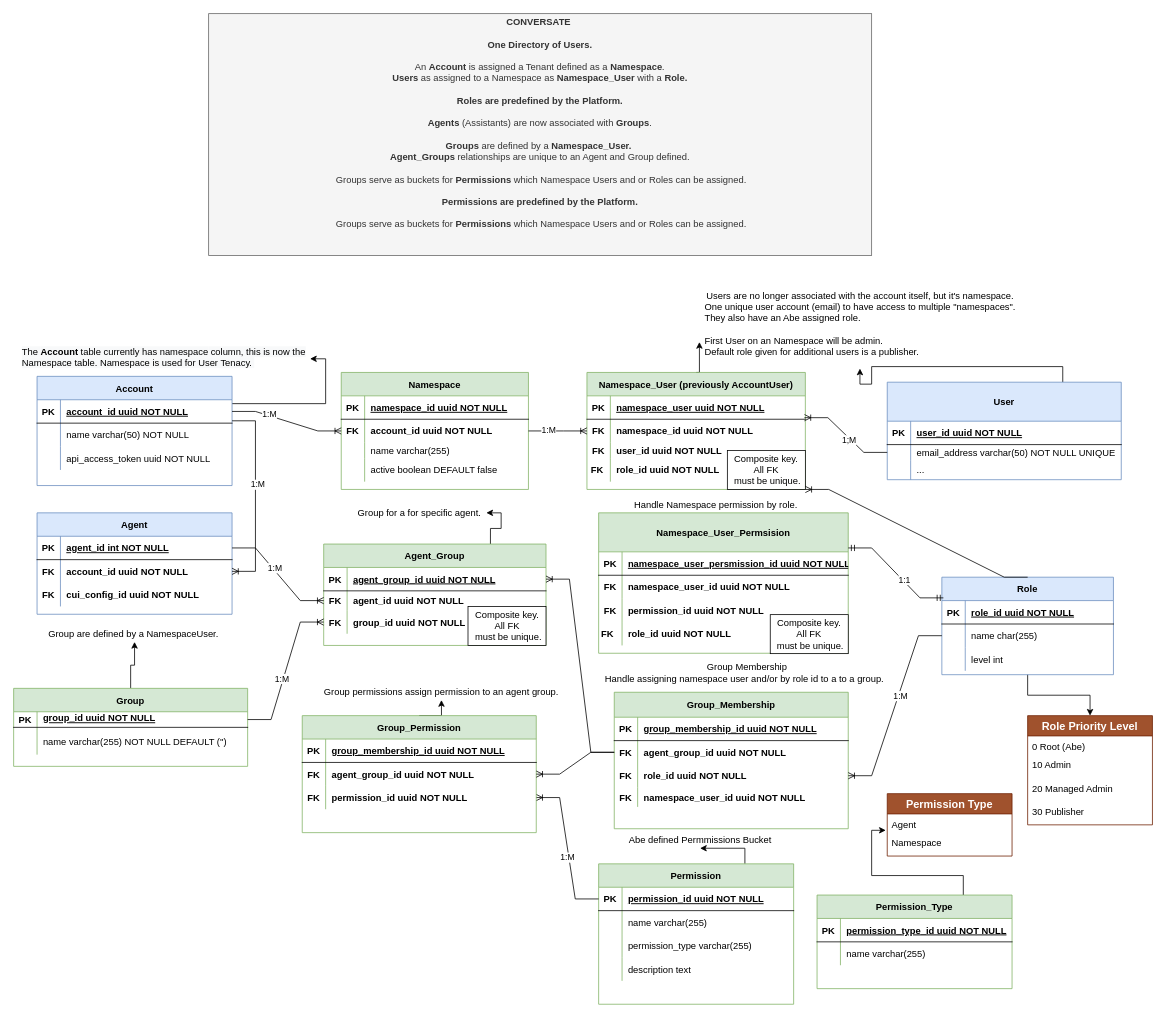
Above: page "Alpha Diagram" (3 of 4) of Untitled Diagram.drawio in toyabeai/diagrams (draw.io), before the change. Source tidied: cells renumbered, new cells numbered last; positions are measured from the earlier drawing's top-left corner, leaving out a move shared by most shapes. Both pictures are drawn from the tidied source at 78%, with x=0, y=0 at pixel (13, 13).
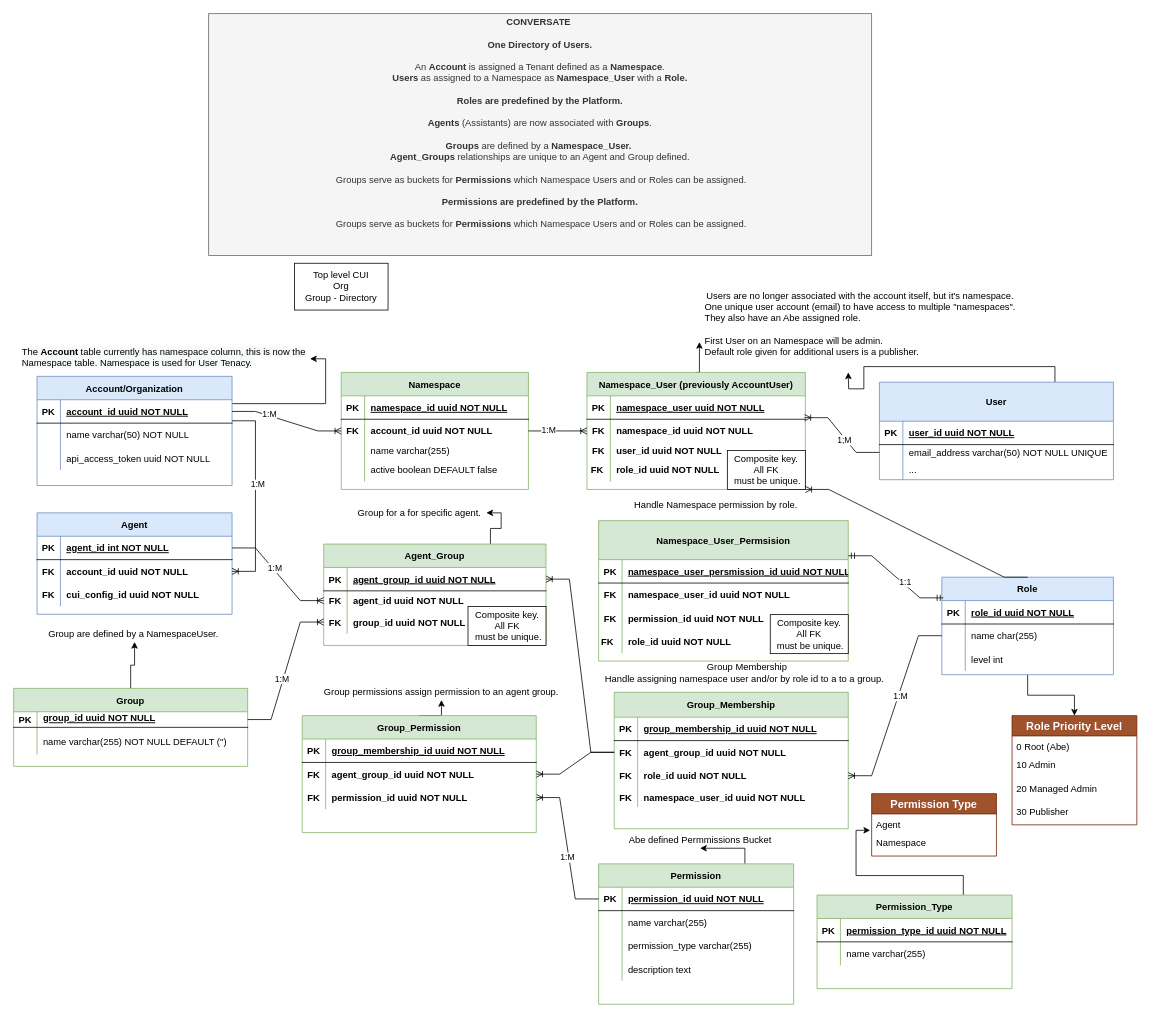
The same page after the edit.

The change refers to these unchanged cells:
```xml
<mxCell id="97" value="Users are no longer associated with the account itself, but it's namespace. &lt;br&gt;&lt;div style=&quot;text-align: left&quot;&gt;&lt;span&gt;One unique user account (email)&amp;nbsp;&lt;/span&gt;&lt;span&gt;to have access to multiple &quot;namespaces&quot;.&lt;/span&gt;&lt;/div&gt;&lt;div style=&quot;text-align: left&quot;&gt;&lt;span&gt;They also have an Abe assigned role.&lt;/span&gt;&lt;/div&gt;&lt;div style=&quot;text-align: left&quot;&gt;&lt;br&gt;&lt;/div&gt;&lt;div style=&quot;text-align: left&quot;&gt;First User on an Namespace will be admin.&lt;br&gt;Default role given for additional users is a publisher.&lt;span&gt;&lt;br&gt;&lt;/span&gt;&lt;/div&gt;&lt;div style=&quot;text-align: left&quot;&gt;&lt;br&gt;&lt;/div&gt;" style="text;html=1;align=center;verticalAlign=middle;points=[];strokeColor=none;fillColor=none;" parent="1" vertex="1">
  <mxGeometry x="880" y="355" width="410" height="100" as="geometry" />
</mxCell>
```

Diff of the diagram source:
```diff
@@
-    <mxCell id="2" style="edgeStyle=orthogonalEdgeStyle;rounded=0;jettySize=auto;html=1;exitX=0.75;exitY=0;exitDx=0;exitDy=0;fontColor=#000000;" parent="1" edge="1" source="3" target="97">
-      <mxGeometry relative="1" as="geometry" />
+    <mxCell id="2" style="edgeStyle=orthogonalEdgeStyle;rounded=0;jettySize=auto;html=1;exitX=0.75;exitY=0;exitDx=0;exitDy=0;fontColor=#000000;" parent="1" edge="1" source="3">
+      <mxGeometry relative="1" as="geometry">
+        <mxPoint x="1070" y="460" as="targetPoint" />
+      </mxGeometry>
     </mxCell>
     <mxCell id="3" value="User" style="shape=table;startSize=50;childLayout=tableLayout;rowLines=0;fontStyle=1;align=center;fillColor=#dae8fc;strokeColor=#6c8ebf;" parent="1" vertex="1">
-      <mxGeometry x="1120" y="472.5" width="300" height="125" as="geometry" />
+      <mxGeometry x="1110" y="472.5" width="300" height="125" as="geometry" />
     </mxCell>
@@
-    <mxCell id="24" value="Account" style="shape=table;startSize=30;childLayout=tableLayout;rowLines=0;fontStyle=1;align=center;fillColor=#dae8fc;strokeColor=#6c8ebf;" parent="1" vertex="1">
+    <mxCell id="24" value="Account/Organization" style="shape=table;startSize=30;childLayout=tableLayout;rowLines=0;fontStyle=1;align=center;fillColor=#dae8fc;strokeColor=#6c8ebf;" parent="1" vertex="1">
       <mxGeometry x="30" y="465" width="250" height="140" as="geometry" />
     </mxCell>
@@
     <mxCell id="121" value="Role Priority Level" style="swimlane;fontStyle=1;horizontal=1;startSize=26;align=center;fontSize=14;fillColor=#a0522d;strokeColor=#6D1F00;fontColor=#ffffff;" parent="1" vertex="1">
-      <mxGeometry x="1300" y="900" width="160" height="140" as="geometry" />
+      <mxGeometry x="1280" y="900" width="160" height="140" as="geometry" />
     </mxCell>
@@
     <mxCell id="144" value="Permission Type" style="swimlane;fontStyle=1;horizontal=1;startSize=26;align=center;fontSize=14;fillColor=#a0522d;strokeColor=#6D1F00;fontColor=#ffffff;" parent="1" vertex="1">
-      <mxGeometry x="1120" y="1000" width="160" height="80" as="geometry" />
+      <mxGeometry x="1100" y="1000" width="160" height="80" as="geometry" />
     </mxCell>
@@
     <mxCell id="168" value="Namespace_User_Permsision" style="shape=table;startSize=50;childLayout=tableLayout;rowLines=0;fontStyle=1;align=center;fillColor=#d5e8d4;strokeColor=#82b366;" parent="1" vertex="1">
-      <mxGeometry x="750" y="640" width="320" height="180" as="geometry" />
+      <mxGeometry x="750" y="650" width="320" height="180" as="geometry" />
     </mxCell>
@@
+    <mxCell id="192" value="Top level CUI&lt;br&gt;Org&lt;br&gt;Group - Directory&lt;br&gt;" style="whiteSpace=wrap;html=1;fontColor=#000000;fillColor=default;" parent="1" vertex="1">
+      <mxGeometry x="360" y="320" width="120" height="60" as="geometry" />
+    </mxCell>
```
